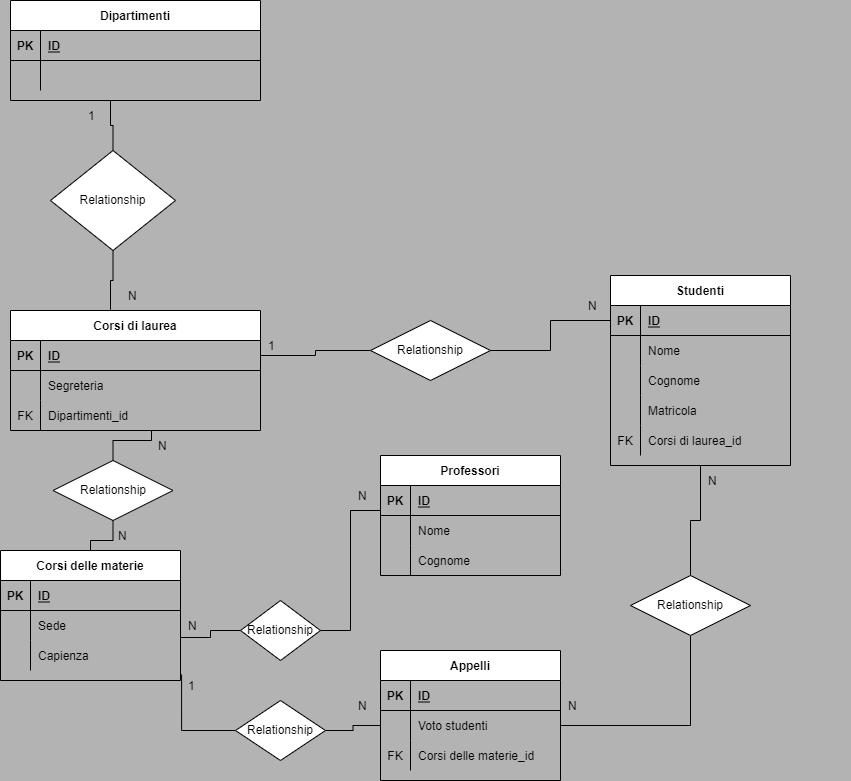
RosarioMazzocca/db-university keeps this draw.io diagram as db-university.drawio.png. Above is the earlier version. Source tidied: cells renumbered, new cells last; positions are measured from the earlier drawing's top-left corner, leaving out a move shared by most shapes.
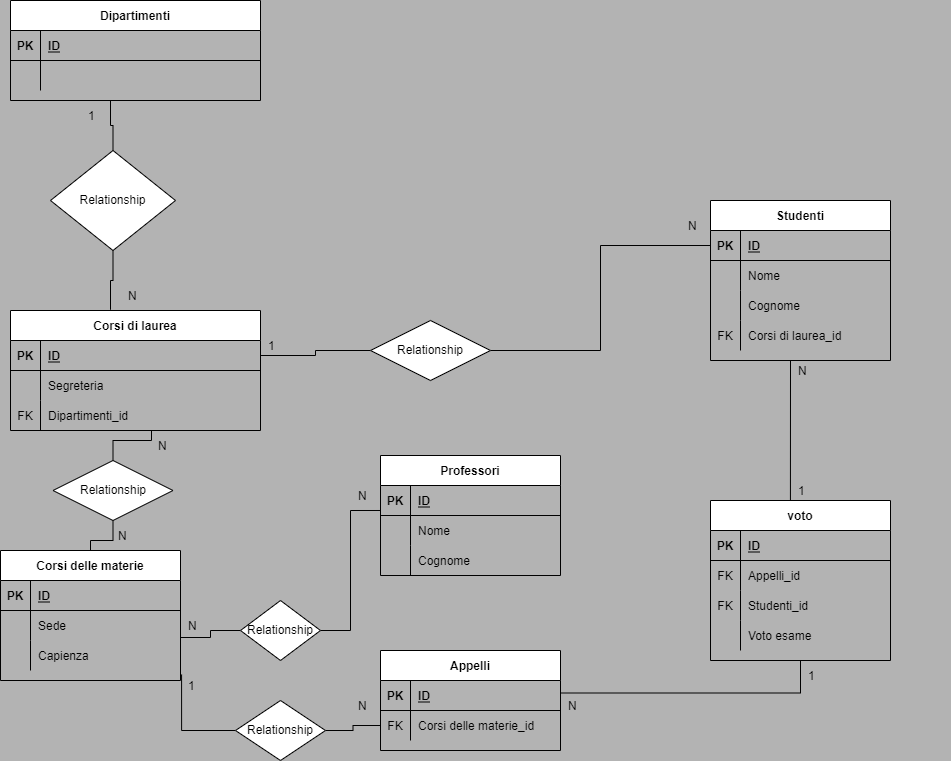
The same file after the commit.

The edit, as a diff of the source:
```diff
@@ -33,7 +33,7 @@
       <mxGeometry x="30" width="220" height="30" as="geometry" />
     </mxCell>
     <mxCell id="12" value="Studenti" style="shape=table;startSize=30;rowLines=0;fontStyle=1;align=center;" parent="1" vertex="1">
-      <mxGeometry x="610" y="275" width="180" height="190" as="geometry" />
+      <mxGeometry x="710" y="200" width="180" height="160" as="geometry" />
     </mxCell>
     <mxCell id="13" style="shape=partialRectangle;fillColor=none;points=[[0,0.5],[1,0.5]];portConstraint=eastwest;top=0;left=0;right=0;bottom=1;" parent="12" vertex="1">
       <mxGeometry y="30" width="180" height="30" as="geometry" />
@@ -62,17 +62,8 @@
     <mxCell id="21" value="Cognome" style="shape=partialRectangle;overflow=hidden;fillColor=none;top=0;left=0;bottom=0;right=0;align=left;spacingLeft=6;" parent="19" vertex="1">
       <mxGeometry x="30" width="150" height="30" as="geometry" />
     </mxCell>
-    <mxCell id="22" style="shape=partialRectangle;fillColor=none;top=0;left=0;right=0;bottom=0;" parent="12" vertex="1">
-      <mxGeometry y="120" width="180" height="30" as="geometry" />
-    </mxCell>
-    <mxCell id="23" style="shape=partialRectangle;overflow=hidden;fillColor=none;top=0;left=0;bottom=0;right=0;" parent="22" vertex="1">
-      <mxGeometry width="30" height="30" as="geometry" />
-    </mxCell>
-    <mxCell id="24" value="Matricola" style="shape=partialRectangle;overflow=hidden;fillColor=none;top=0;left=0;bottom=0;right=0;align=left;spacingLeft=6;" parent="22" vertex="1">
-      <mxGeometry x="30" width="150" height="30" as="geometry" />
-    </mxCell>
     <mxCell id="25" style="shape=partialRectangle;fillColor=none;top=0;left=0;right=0;bottom=0;" parent="12" vertex="1">
-      <mxGeometry y="150" width="180" height="30" as="geometry" />
+      <mxGeometry y="120" width="180" height="30" as="geometry" />
     </mxCell>
     <mxCell id="26" value="FK" style="shape=partialRectangle;overflow=hidden;fillColor=none;top=0;left=0;bottom=0;right=0;" parent="25" vertex="1">
       <mxGeometry width="30" height="30" as="geometry" />
@@ -132,7 +123,7 @@
       <mxGeometry x="30" width="150" height="30" as="geometry" />
     </mxCell>
     <mxCell id="45" value="Appelli" style="shape=table;startSize=30;rowLines=0;fontStyle=1;align=center;" parent="1" vertex="1">
-      <mxGeometry x="380" y="650" width="180" height="130" as="geometry" />
+      <mxGeometry x="380" y="650" width="180" height="100" as="geometry" />
     </mxCell>
     <mxCell id="46" style="shape=partialRectangle;fillColor=none;top=0;left=0;bottom=1;right=0;" parent="45" vertex="1">
       <mxGeometry y="30" width="180" height="30" as="geometry" />
@@ -143,17 +134,8 @@
     <mxCell id="48" value="ID" style="shape=partialRectangle;fillColor=none;top=0;left=0;bottom=0;right=0;align=left;spacingLeft=6;fontStyle=5;overflow=hidden;" parent="46" vertex="1">
       <mxGeometry x="30" width="150" height="30" as="geometry" />
     </mxCell>
-    <mxCell id="49" style="shape=partialRectangle;fillColor=none;top=0;left=0;bottom=0;right=0;points=[[0,0.5],[1,0.5]];portConstraint=eastwest;" parent="45" vertex="1">
-      <mxGeometry y="60" width="180" height="30" as="geometry" />
-    </mxCell>
-    <mxCell id="50" style="shape=partialRectangle;fillColor=none;top=0;left=0;bottom=0;right=0;overflow=hidden;" parent="49" vertex="1">
-      <mxGeometry width="30" height="30" as="geometry" />
-    </mxCell>
-    <mxCell id="51" value="Voto studenti" style="shape=partialRectangle;fillColor=none;top=0;left=0;bottom=0;right=0;align=left;spacingLeft=6;overflow=hidden;" parent="49" vertex="1">
-      <mxGeometry x="30" width="150" height="30" as="geometry" />
-    </mxCell>
     <mxCell id="52" style="shape=partialRectangle;fillColor=none;top=0;left=0;bottom=0;right=0;" parent="45" vertex="1">
-      <mxGeometry y="90" width="180" height="30" as="geometry" />
+      <mxGeometry y="60" width="180" height="30" as="geometry" />
     </mxCell>
     <mxCell id="53" value="FK" style="shape=partialRectangle;fillColor=none;top=0;left=0;bottom=0;right=0;overflow=hidden;" parent="52" vertex="1">
       <mxGeometry width="30" height="30" as="geometry" />
@@ -283,7 +265,7 @@
       <mxGeometry x="30" width="150" height="30" as="geometry" />
     </mxCell>
     <mxCell id="94" style="shape=table;startSize=0;rowLines=0;fontStyle=0;align=center;strokeColor=none;fillColor=none;" parent="1" vertex="1">
-      <mxGeometry x="550" y="290" width="180" height="30" as="geometry" />
+      <mxGeometry x="650" y="210" width="180" height="30" as="geometry" />
     </mxCell>
     <mxCell id="95" style="shape=partialRectangle;fillColor=none;top=0;left=0;bottom=0;right=0;" parent="94" vertex="1">
       <mxGeometry width="180" height="30" as="geometry" />
@@ -294,8 +276,10 @@
     <mxCell id="97" value="N" style="shape=partialRectangle;fillColor=none;top=0;left=0;bottom=0;right=0;align=left;spacingLeft=6;overflow=hidden;" parent="95" vertex="1">
       <mxGeometry x="30" width="150" height="30" as="geometry" />
     </mxCell>
-    <mxCell id="98" style="edgeStyle=orthogonalEdgeStyle;rounded=0;jettySize=auto;html=1;exitX=1;exitY=0.5;exitDx=0;exitDy=0;entryX=0;entryY=0.5;entryDx=0;entryDy=0;endArrow=none;endFill=0;" parent="1" edge="1" source="100" target="49">
-      <mxGeometry relative="1" as="geometry" />
+    <mxCell id="98" style="edgeStyle=orthogonalEdgeStyle;rounded=0;jettySize=auto;html=1;exitX=1;exitY=0.5;exitDx=0;exitDy=0;entryX=0;entryY=0.5;entryDx=0;entryDy=0;endArrow=none;endFill=0;" parent="1" edge="1" source="100">
+      <mxGeometry relative="1" as="geometry">
+        <mxPoint x="380" y="725" as="targetPoint" />
+      </mxGeometry>
     </mxCell>
     <mxCell id="99" style="edgeStyle=orthogonalEdgeStyle;rounded=0;jettySize=auto;html=1;exitX=0;exitY=0.5;exitDx=0;exitDy=0;entryX=1.006;entryY=0.133;entryDx=0;entryDy=0;entryPerimeter=0;endArrow=none;endFill=0;" parent="1" edge="1" source="100">
       <mxGeometry relative="1" as="geometry">
@@ -362,15 +346,11 @@
     <mxCell id="119" value="N" style="shape=partialRectangle;fillColor=none;top=0;left=0;bottom=0;right=0;align=left;spacingLeft=6;overflow=hidden;" parent="117" vertex="1">
       <mxGeometry x="30" width="150" height="30" as="geometry" />
     </mxCell>
-    <mxCell id="120" style="edgeStyle=orthogonalEdgeStyle;rounded=0;jettySize=auto;html=1;exitX=0.5;exitY=0;exitDx=0;exitDy=0;entryX=0.5;entryY=1;entryDx=0;entryDy=0;endArrow=none;endFill=0;" parent="1" edge="1" source="122" target="12">
-      <mxGeometry relative="1" as="geometry" />
-    </mxCell>
-    <mxCell id="121" style="edgeStyle=orthogonalEdgeStyle;rounded=0;jettySize=auto;html=1;exitX=0.5;exitY=1;exitDx=0;exitDy=0;entryX=1;entryY=0.5;entryDx=0;entryDy=0;endArrow=none;endFill=0;" parent="1" edge="1" source="122" target="49">
-      <mxGeometry relative="1" as="geometry" />
+    <mxCell id="121" style="edgeStyle=orthogonalEdgeStyle;rounded=0;jettySize=auto;html=1;exitX=0.5;exitY=1;exitDx=0;exitDy=0;entryX=1;entryY=0.5;entryDx=0;entryDy=0;endArrow=none;endFill=0;" parent="1" edge="1" source="131">
+      <mxGeometry relative="1" as="geometry">
+        <mxPoint x="560" y="725" as="targetPoint" />
+      </mxGeometry>
     </mxCell>
-    <mxCell id="122" value="Relationship" style="shape=rhombus;perimeter=rhombusPerimeter;whiteSpace=wrap;html=1;align=center;" parent="1" vertex="1">
-      <mxGeometry x="630" y="575" width="120" height="60" as="geometry" />
-    </mxCell>
     <mxCell id="123" style="shape=table;startSize=0;rowLines=0;fontStyle=0;align=center;strokeColor=none;fillColor=none;" parent="1" vertex="1">
       <mxGeometry x="530" y="690" width="180" height="30" as="geometry" />
     </mxCell>
@@ -384,7 +364,7 @@
       <mxGeometry x="30" width="150" height="30" as="geometry" />
     </mxCell>
     <mxCell id="127" style="shape=table;startSize=0;rowLines=0;fontStyle=0;align=center;strokeColor=none;fillColor=none;" parent="1" vertex="1">
-      <mxGeometry x="670" y="465" width="180" height="30" as="geometry" />
+      <mxGeometry x="760" y="355" width="180" height="30" as="geometry" />
     </mxCell>
     <mxCell id="128" style="shape=partialRectangle;fillColor=none;top=0;left=0;bottom=0;right=0;" parent="127" vertex="1">
       <mxGeometry width="180" height="30" as="geometry" />
@@ -395,5 +375,73 @@
     <mxCell id="130" value="N" style="shape=partialRectangle;fillColor=none;top=0;left=0;bottom=0;right=0;align=left;spacingLeft=6;overflow=hidden;" parent="128" vertex="1">
       <mxGeometry x="30" width="150" height="30" as="geometry" />
     </mxCell>
+    <mxCell id="131" value="voto" style="shape=table;startSize=30;rowLines=0;fontStyle=1;align=center;" parent="1" vertex="1">
+      <mxGeometry x="710" y="500" width="180" height="160" as="geometry" />
+    </mxCell>
+    <mxCell id="132" style="shape=partialRectangle;fillColor=none;top=0;left=0;bottom=1;right=0;" parent="131" vertex="1">
+      <mxGeometry y="30" width="180" height="30" as="geometry" />
+    </mxCell>
+    <mxCell id="133" value="PK" style="shape=partialRectangle;fillColor=none;top=0;left=0;bottom=0;right=0;fontStyle=1;overflow=hidden;" parent="132" vertex="1">
+      <mxGeometry width="30" height="30" as="geometry" />
+    </mxCell>
+    <mxCell id="134" value="ID" style="shape=partialRectangle;fillColor=none;top=0;left=0;bottom=0;right=0;align=left;spacingLeft=6;fontStyle=5;overflow=hidden;" parent="132" vertex="1">
+      <mxGeometry x="30" width="150" height="30" as="geometry" />
+    </mxCell>
+    <mxCell id="49" style="shape=partialRectangle;fillColor=none;top=0;left=0;bottom=0;right=0;points=[[0,0.5],[1,0.5]];portConstraint=eastwest;" parent="131" vertex="1">
+      <mxGeometry y="60" width="180" height="30" as="geometry" />
+    </mxCell>
+    <mxCell id="135" value="FK" style="shape=partialRectangle;fillColor=none;top=0;left=0;bottom=0;right=0;overflow=hidden;" parent="49" vertex="1">
+      <mxGeometry width="30" height="30" as="geometry" />
+    </mxCell>
+    <mxCell id="136" value="Appelli_id" style="shape=partialRectangle;fillColor=none;top=0;left=0;bottom=0;right=0;align=left;spacingLeft=6;overflow=hidden;" parent="49" vertex="1">
+      <mxGeometry x="30" width="150" height="30" as="geometry" />
+    </mxCell>
+    <mxCell id="137" style="shape=partialRectangle;fillColor=none;top=0;left=0;bottom=0;right=0;" parent="131" vertex="1">
+      <mxGeometry y="90" width="180" height="30" as="geometry" />
+    </mxCell>
+    <mxCell id="138" value="FK" style="shape=partialRectangle;fillColor=none;top=0;left=0;bottom=0;right=0;overflow=hidden;" parent="137" vertex="1">
+      <mxGeometry width="30" height="30" as="geometry" />
+    </mxCell>
+    <mxCell id="139" value="Studenti_id" style="shape=partialRectangle;fillColor=none;top=0;left=0;bottom=0;right=0;align=left;spacingLeft=6;overflow=hidden;" parent="137" vertex="1">
+      <mxGeometry x="30" width="150" height="30" as="geometry" />
+    </mxCell>
+    <mxCell id="140" style="shape=partialRectangle;fillColor=none;top=0;left=0;bottom=0;right=0;" parent="131" vertex="1">
+      <mxGeometry y="120" width="180" height="30" as="geometry" />
+    </mxCell>
+    <mxCell id="141" style="shape=partialRectangle;fillColor=none;top=0;left=0;bottom=0;right=0;overflow=hidden;" parent="140" vertex="1">
+      <mxGeometry width="30" height="30" as="geometry" />
+    </mxCell>
+    <mxCell id="142" value="Voto esame" style="shape=partialRectangle;fillColor=none;top=0;left=0;bottom=0;right=0;align=left;spacingLeft=6;overflow=hidden;" parent="140" vertex="1">
+      <mxGeometry x="30" width="150" height="30" as="geometry" />
+    </mxCell>
+    <mxCell id="143" style="shape=table;startSize=0;rowLines=0;fontStyle=0;align=center;strokeColor=none;fillColor=none;" parent="1" vertex="1">
+      <mxGeometry x="770" y="660" width="180" height="30" as="geometry" />
+    </mxCell>
+    <mxCell id="144" style="shape=partialRectangle;fillColor=none;top=0;left=0;bottom=0;right=0;" parent="143" vertex="1">
+      <mxGeometry width="180" height="30" as="geometry" />
+    </mxCell>
+    <mxCell id="145" style="shape=partialRectangle;fillColor=none;top=0;left=0;bottom=0;right=0;overflow=hidden;" parent="144" vertex="1">
+      <mxGeometry width="30" height="30" as="geometry" />
+    </mxCell>
+    <mxCell id="146" value="1" style="shape=partialRectangle;fillColor=none;top=0;left=0;bottom=0;right=0;align=left;spacingLeft=6;overflow=hidden;" parent="144" vertex="1">
+      <mxGeometry x="30" width="150" height="30" as="geometry" />
+    </mxCell>
+    <mxCell id="147" style="endArrow=none;html=1;rounded=0;exitX=0.444;exitY=0;exitDx=0;exitDy=0;exitPerimeter=0;" parent="1" edge="1" source="131">
+      <mxGeometry relative="1" as="geometry">
+        <mxPoint x="790" y="360" as="targetPoint" />
+      </mxGeometry>
+    </mxCell>
+    <mxCell id="148" style="shape=table;startSize=0;rowLines=0;fontStyle=0;align=center;strokeColor=none;fillColor=none;" parent="1" vertex="1">
+      <mxGeometry x="760" y="475" width="180" height="30" as="geometry" />
+    </mxCell>
+    <mxCell id="149" style="shape=partialRectangle;fillColor=none;top=0;left=0;bottom=0;right=0;" parent="148" vertex="1">
+      <mxGeometry width="180" height="30" as="geometry" />
+    </mxCell>
+    <mxCell id="150" style="shape=partialRectangle;fillColor=none;top=0;left=0;bottom=0;right=0;overflow=hidden;" parent="149" vertex="1">
+      <mxGeometry width="30" height="30" as="geometry" />
+    </mxCell>
+    <mxCell id="151" value="1" style="shape=partialRectangle;fillColor=none;top=0;left=0;bottom=0;right=0;align=left;spacingLeft=6;overflow=hidden;" parent="149" vertex="1">
+      <mxGeometry x="30" width="150" height="30" as="geometry" />
+    </mxCell>
   </root>
 </mxGraphModel>
```
